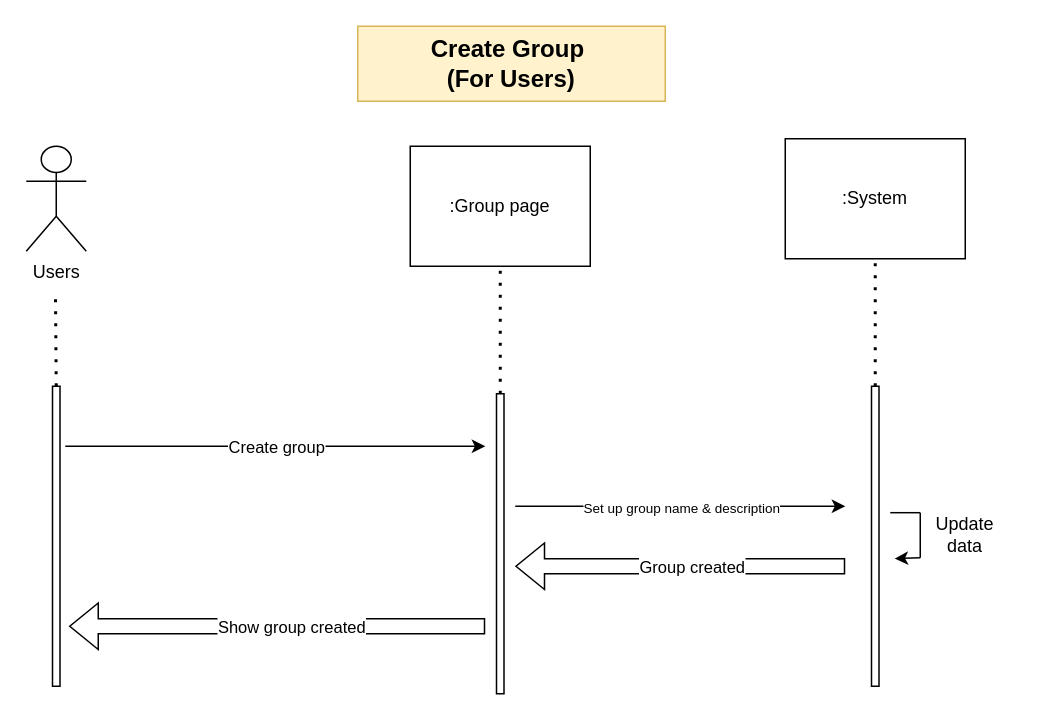
ParkinnAuto/StudyMate keeps this draw.io diagram as page "Create Group (For Users)" (5 of 17) of Models/Sequence Diagram.drawio. Above is the earlier version. Source tidied: cells renumbered, new cells numbered last; positions are measured from the earlier drawing's top-left corner, leaving out a move shared by most shapes. Both pictures are drawn from the tidied source at 150%, with x=0, y=0 at pixel (26, 26).
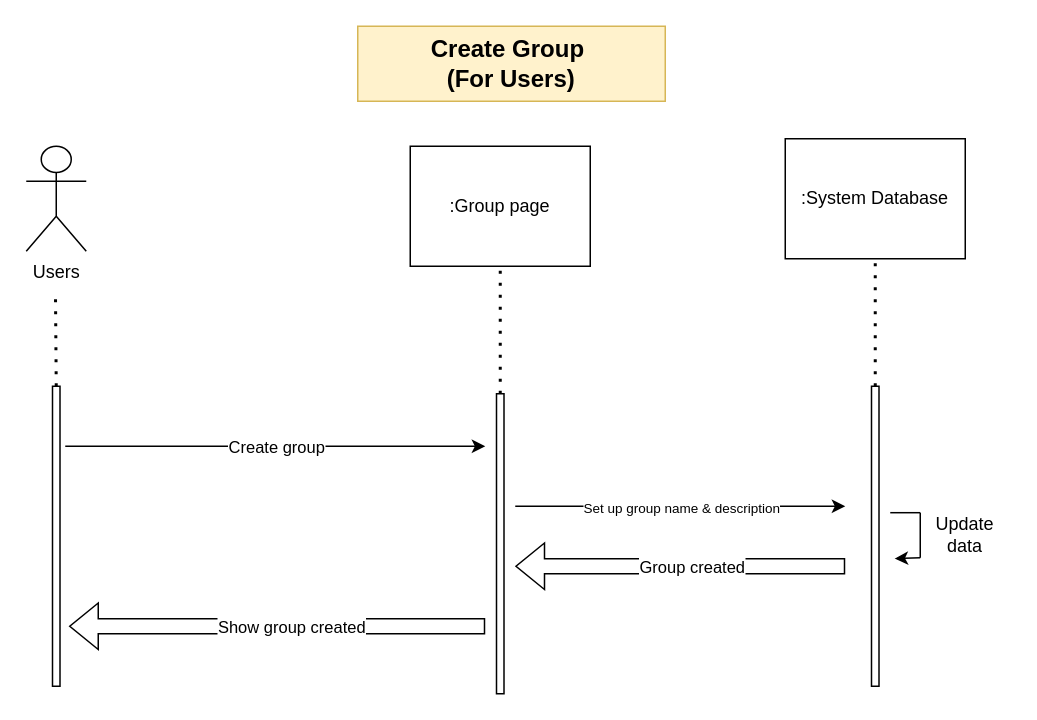
After the change.

The edit, as a diff of the source:
```diff
@@
-    <mxCell id="3" value=":System" style="rounded=0;whiteSpace=wrap;html=1;" parent="1" vertex="1">
+    <mxCell id="3" value=":System Database" style="rounded=0;whiteSpace=wrap;html=1;" parent="1" vertex="1">
       <mxGeometry x="506" y="75" width="120" height="80" as="geometry" />
     </mxCell>
```
